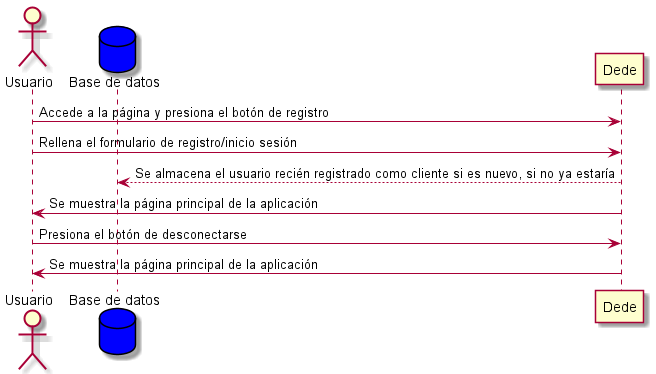
Earlier version of the PlantUML export images/CierreSesión.png (Arquisoft/dede_es2a).
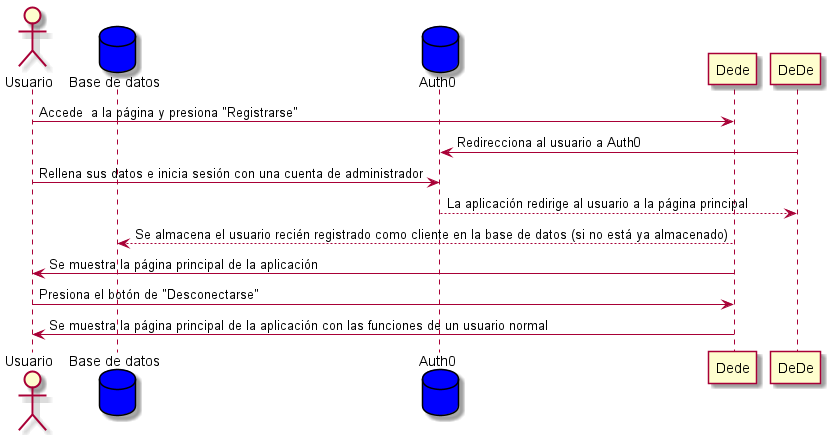
Later version of the same file.

The edit, as a diff of the source:
```diff
@@ -1,10 +1,13 @@
 @startuml
 actor Usuario
 database BaseDeDatos as "Base de datos" #blue
-Usuario -> Dede: Accede a la página y presiona el botón de registro
-Usuario -> Dede: Rellena el formulario de registro/inicio sesión
-BaseDeDatos <-- Dede: Se almacena el usuario recién registrado como cliente si es nuevo, si no ya estaría
+database Auth0 as "Auth0" #blue
+Usuario -> Dede: Accede  a la página y presiona "Registrarse"
+DeDe -> Auth0: Redirecciona al usuario a Auth0
+Usuario -> Auth0: Rellena sus datos e inicia sesión con una cuenta de administrador
+DeDe <-- Auth0: La aplicación redirige al usuario a la página principal
+BaseDeDatos <-- Dede: Se almacena el usuario recién registrado como cliente en la base de datos (si no está ya almacenado)
 Usuario <- Dede: Se muestra la página principal de la aplicación
-Usuario -> Dede: Presiona el botón de desconectarse
-Usuario <- Dede: Se muestra la página principal de la aplicación
+Usuario -> Dede: Presiona el botón de "Desconectarse"
+Usuario <- Dede: Se muestra la página principal de la aplicación con las funciones de un usuario normal
 @enduml
```
